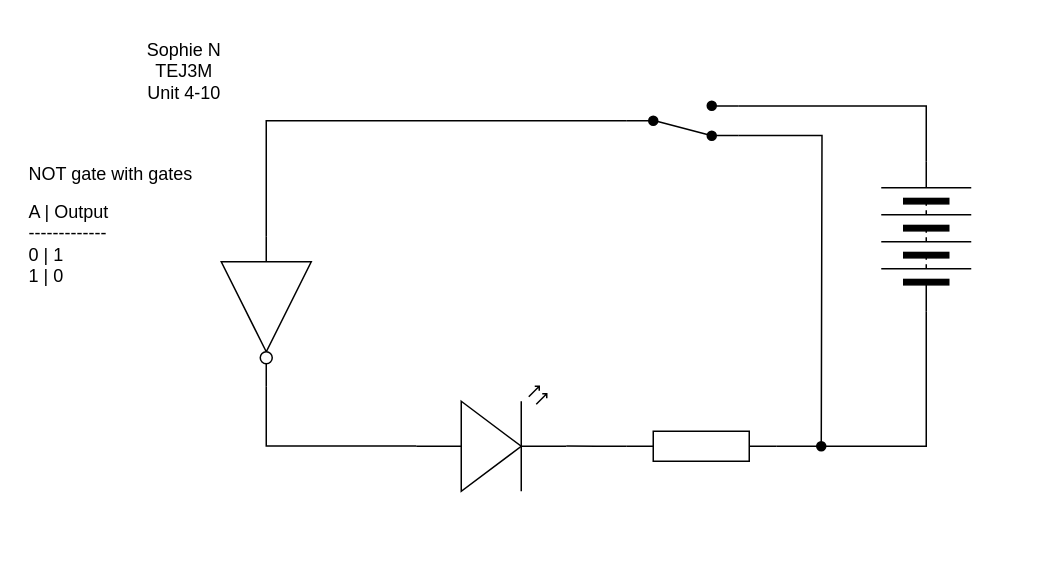
The draw.io diagram unit4-10/4-10diagram.drawio in sophie-nguyen-0/TEJ3M-Unit4, before the edit. Source tidied: cells renumbered, new cells numbered last; positions are measured from the earlier drawing's top-left corner, leaving out a move shared by most shapes. Both pictures are drawn from the tidied source at 150%, with x=0, y=0 at pixel (26, 26).
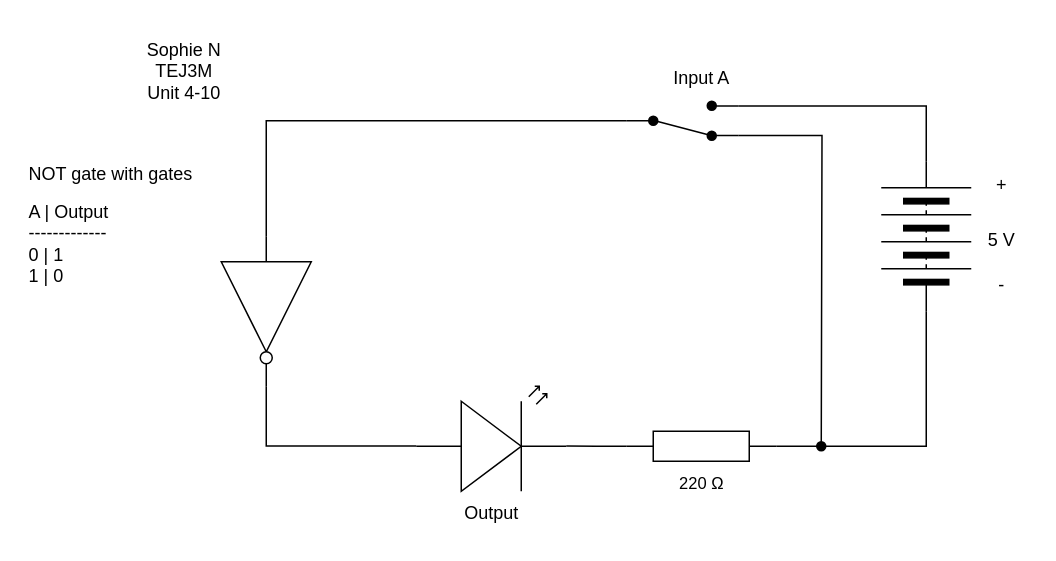
After the change.

Diff of the diagram source:
```diff
@@
+    <mxCell id="16" value="220&amp;nbsp;Ω" style="text;html=1;align=center;verticalAlign=middle;strokeColor=none;fillColor=none;fontFamily=Helvetica;fontSize=11;fontColor=default;labelBackgroundColor=default;" parent="1" vertex="1">
+      <mxGeometry x="425" y="290" width="50" height="30" as="geometry" />
+    </mxCell>
+    <mxCell id="17" value="Output" style="text;html=1;align=center;verticalAlign=middle;strokeColor=none;fillColor=none;" parent="1" vertex="1">
+      <mxGeometry x="280" y="310" width="60" height="30" as="geometry" />
+    </mxCell>
+    <mxCell id="18" value="Input A" style="text;html=1;align=center;verticalAlign=middle;strokeColor=none;fillColor=none;" parent="1" vertex="1">
+      <mxGeometry x="420" y="20" width="60" height="30" as="geometry" />
+    </mxCell>
+    <mxCell id="19" value="5 V" style="text;html=1;align=center;verticalAlign=middle;strokeColor=none;fillColor=none;" parent="1" vertex="1">
+      <mxGeometry x="630" y="128" width="40" height="30" as="geometry" />
+    </mxCell>
+    <mxCell id="20" value="-" style="text;html=1;align=center;verticalAlign=middle;strokeColor=none;fillColor=none;" parent="1" vertex="1">
+      <mxGeometry x="635" y="158" width="30" height="30" as="geometry" />
+    </mxCell>
+    <mxCell id="21" value="+" style="text;html=1;align=center;verticalAlign=middle;strokeColor=none;fillColor=none;" parent="1" vertex="1">
+      <mxGeometry x="635" y="91" width="30" height="30" as="geometry" />
+    </mxCell>
```
